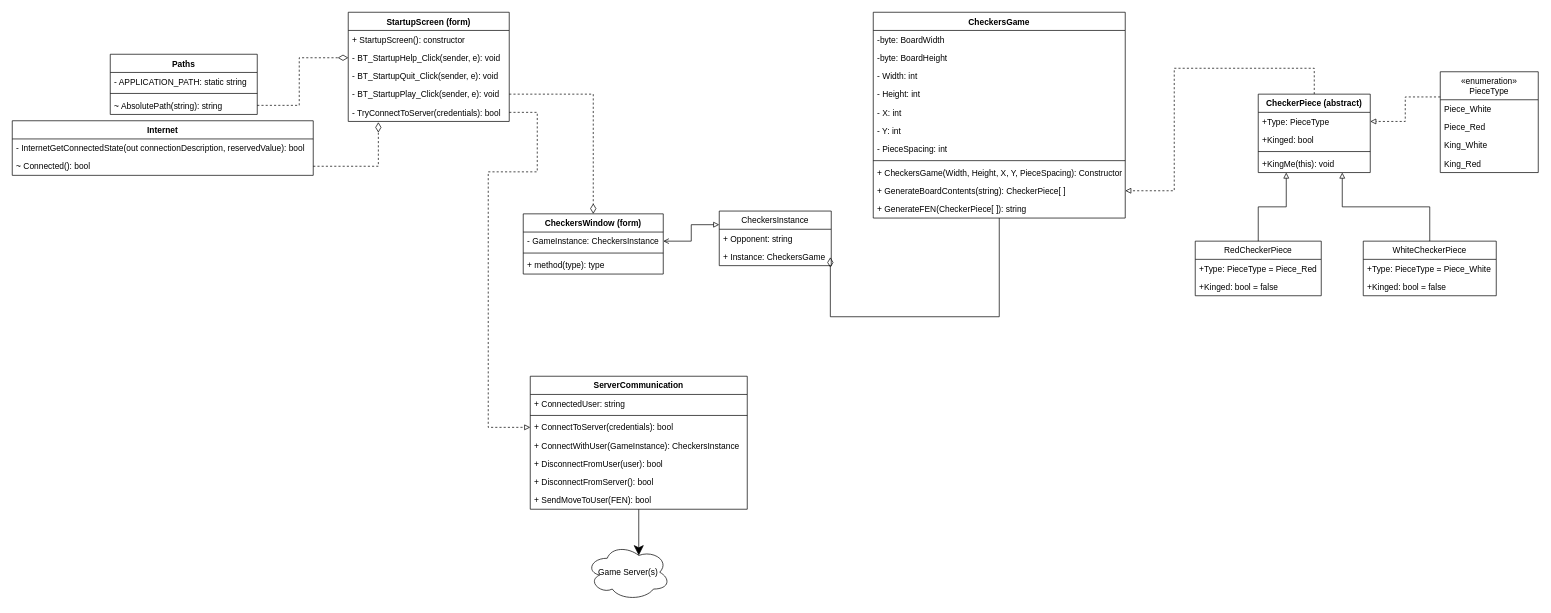
Irishmun/Internet-Games keeps this draw.io diagram as InternetGames/Resources/ClassDiagram.drawio. Above is the earlier version. Source tidied: cells renumbered, new cells numbered last; positions are measured from the earlier drawing's top-left corner, leaving out a move shared by most shapes. Both pictures are drawn from the tidied source at 70%, with x=0, y=0 at pixel (12, 12).
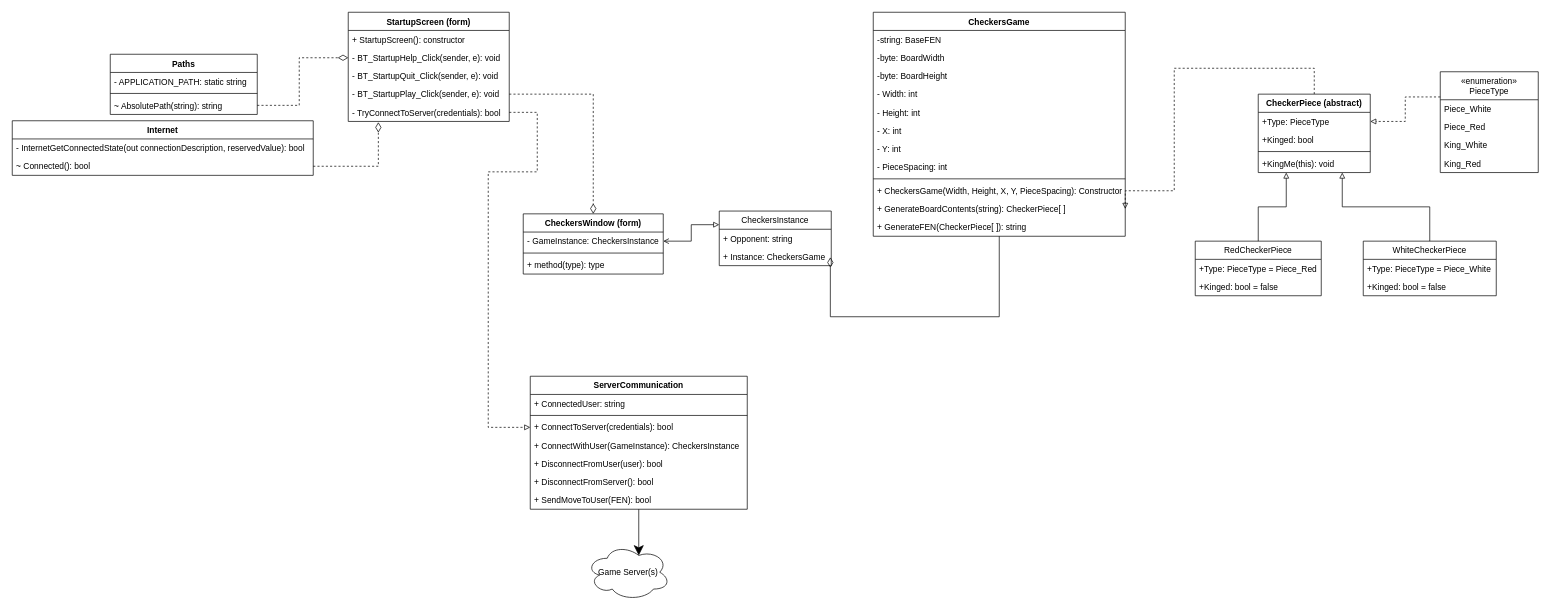
Above is the later version.

What changed in the source:
```diff
@@
     <mxCell id="23" value="CheckersGame" style="swimlane;fontStyle=1;align=center;verticalAlign=top;horizontal=1;startSize=26;" parent="1" vertex="1">
-      <mxGeometry x="1230" width="360" height="294" as="geometry" />
+      <mxGeometry x="1230" width="360" height="320" as="geometry" />
     </mxCell>
+    <mxCell id="70" value="-string: BaseFEN" style="text;strokeColor=none;fillColor=none;align=left;verticalAlign=top;spacingLeft=4;spacingRight=4;overflow=hidden;" parent="23" vertex="1">
+      <mxGeometry y="26" width="360" height="26" as="geometry" />
+    </mxCell>
     <mxCell id="24" value="-byte: BoardWidth" style="text;strokeColor=none;fillColor=none;align=left;verticalAlign=top;spacingLeft=4;spacingRight=4;overflow=hidden;" parent="23" vertex="1">
-      <mxGeometry y="26" width="360" height="26" as="geometry" />
+      <mxGeometry y="52" width="360" height="26" as="geometry" />
     </mxCell>
     <mxCell id="25" value="-byte: BoardHeight" style="text;strokeColor=none;fillColor=none;align=left;verticalAlign=top;spacingLeft=4;spacingRight=4;overflow=hidden;" parent="23" vertex="1">
-      <mxGeometry y="52" width="360" height="26" as="geometry" />
+      <mxGeometry y="78" width="360" height="26" as="geometry" />
     </mxCell>
     <mxCell id="26" value="- Width: int" style="text;strokeColor=none;fillColor=none;align=left;verticalAlign=top;spacingLeft=4;spacingRight=4;overflow=hidden;" parent="23" vertex="1">
-      <mxGeometry y="78" width="360" height="26" as="geometry" />
+      <mxGeometry y="104" width="360" height="26" as="geometry" />
     </mxCell>
     <mxCell id="27" value="- Height: int" style="text;strokeColor=none;fillColor=none;align=left;verticalAlign=top;spacingLeft=4;spacingRight=4;overflow=hidden;" parent="23" vertex="1">
-      <mxGeometry y="104" width="360" height="26" as="geometry" />
+      <mxGeometry y="130" width="360" height="26" as="geometry" />
     </mxCell>
     <mxCell id="28" value="- X: int" style="text;strokeColor=none;fillColor=none;align=left;verticalAlign=top;spacingLeft=4;spacingRight=4;overflow=hidden;" parent="23" vertex="1">
-      <mxGeometry y="130" width="360" height="26" as="geometry" />
+      <mxGeometry y="156" width="360" height="26" as="geometry" />
     </mxCell>
     <mxCell id="29" value="- Y: int" style="text;strokeColor=none;fillColor=none;align=left;verticalAlign=top;spacingLeft=4;spacingRight=4;overflow=hidden;" parent="23" vertex="1">
-      <mxGeometry y="156" width="360" height="26" as="geometry" />
+      <mxGeometry y="182" width="360" height="26" as="geometry" />
     </mxCell>
     <mxCell id="30" value="- PieceSpacing: int" style="text;strokeColor=none;fillColor=none;align=left;verticalAlign=top;spacingLeft=4;spacingRight=4;overflow=hidden;" parent="23" vertex="1">
-      <mxGeometry y="182" width="360" height="26" as="geometry" />
+      <mxGeometry y="208" width="360" height="26" as="geometry" />
     </mxCell>
     <mxCell id="31" style="line;strokeWidth=1;fillColor=none;align=left;verticalAlign=middle;spacingTop=-1;spacingLeft=3;spacingRight=3;labelPosition=right;" parent="23" vertex="1">
-      <mxGeometry y="208" width="360" height="8" as="geometry" />
+      <mxGeometry y="234" width="360" height="8" as="geometry" />
     </mxCell>
     <mxCell id="32" value="+ CheckersGame(Width, Height, X, Y, PieceSpacing): Constructor" style="text;strokeColor=none;fillColor=none;align=left;verticalAlign=top;spacingLeft=4;spacingRight=4;overflow=hidden;" parent="23" vertex="1">
-      <mxGeometry y="216" width="360" height="26" as="geometry" />
+      <mxGeometry y="242" width="360" height="26" as="geometry" />
     </mxCell>
     <mxCell id="33" value="+ GenerateBoardContents(string): CheckerPiece[ ]" style="text;strokeColor=none;fillColor=none;align=left;verticalAlign=top;spacingLeft=4;spacingRight=4;overflow=hidden;points=[[0,0.5],[1,0.5]];portConstraint=eastwest;" parent="23" vertex="1">
-      <mxGeometry y="242" width="360" height="26" as="geometry" />
+      <mxGeometry y="268" width="360" height="26" as="geometry" />
     </mxCell>
     <mxCell id="34" value="+ GenerateFEN(CheckerPiece[ ]): string" style="text;strokeColor=none;fillColor=none;align=left;verticalAlign=top;spacingLeft=4;spacingRight=4;overflow=hidden;" parent="23" vertex="1">
-      <mxGeometry y="268" width="360" height="26" as="geometry" />
+      <mxGeometry y="294" width="360" height="26" as="geometry" />
     </mxCell>
```
